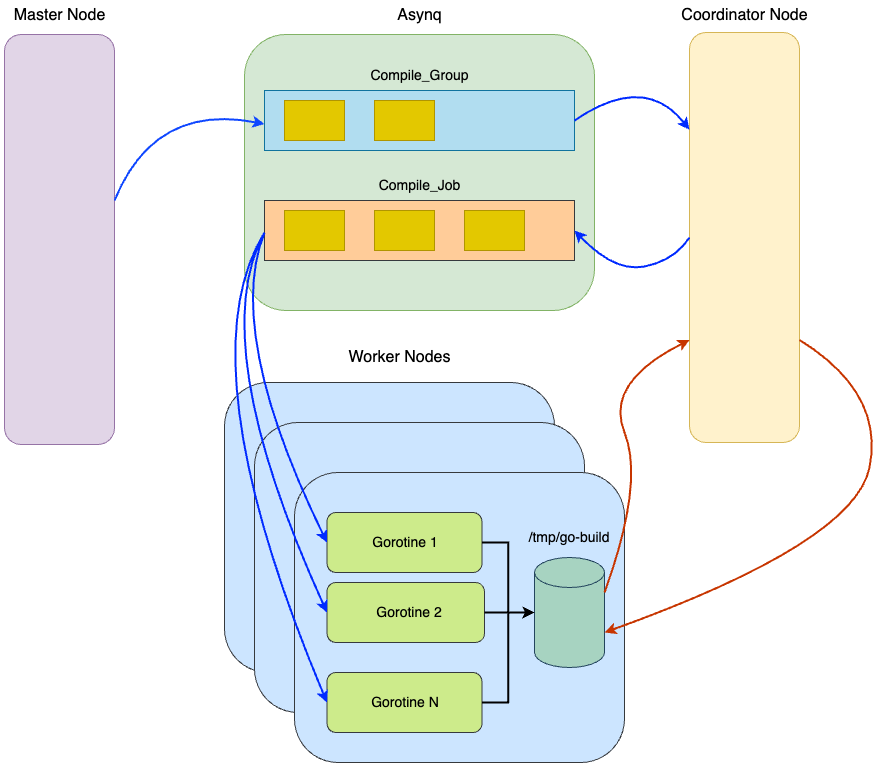
The draw.io diagram .github/ds.drawio.png in badbubble/distgo, before a commit. Source tidied: cells renumbered, new cells last; positions are measured from the earlier drawing's top-left corner, leaving out a move shared by most shapes.
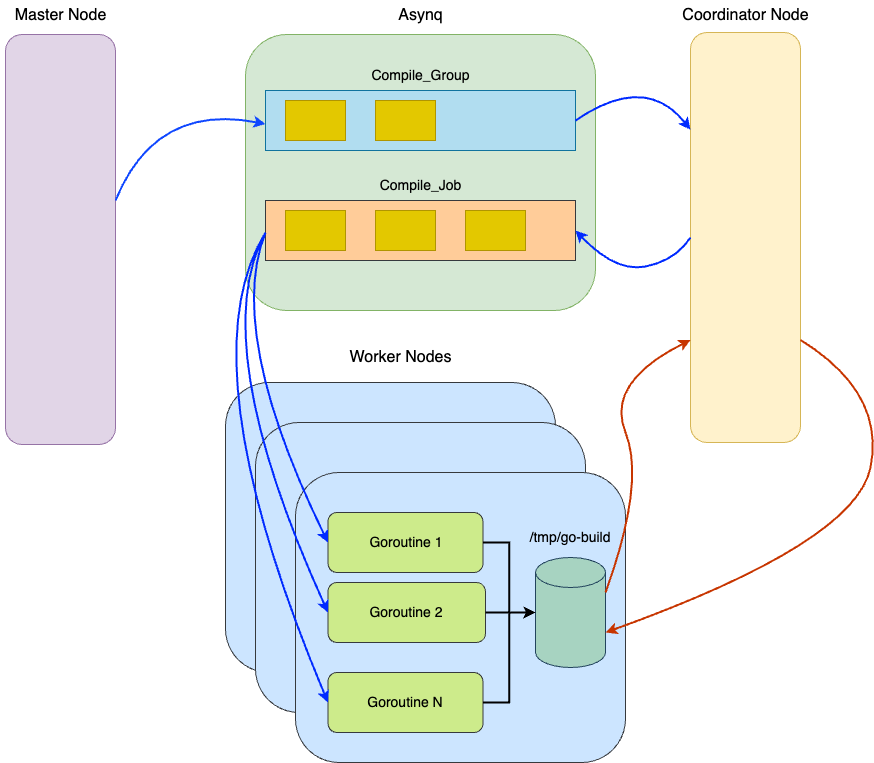
After the change.

Commit message:
fix typo goroutine

What changed in the source:
```diff
@@ -128,15 +128,9 @@
     <mxCell id="33" style="edgeStyle=orthogonalEdgeStyle;rounded=0;jettySize=auto;html=1;exitX=1;exitY=0.5;exitDx=0;exitDy=0;entryX=0;entryY=0.5;entryDx=0;entryDy=0;entryPerimeter=0;strokeWidth=2;" parent="1" edge="1" source="27" target="24">
       <mxGeometry relative="1" as="geometry" />
     </mxCell>
-    <mxCell id="34" value="&lt;font style=&quot;font-size: 14px;&quot;&gt;Gorotine 1&lt;/font&gt;" style="text;html=1;align=center;verticalAlign=middle;whiteSpace=wrap;rounded=0;" parent="1" vertex="1">
-      <mxGeometry x="371.2" y="527" width="70" height="30" as="geometry" />
+    <mxCell id="34" value="&lt;font style=&quot;font-size: 14px;&quot;&gt;Goroutine 1&lt;/font&gt;" style="text;html=1;align=center;verticalAlign=middle;whiteSpace=wrap;rounded=0;" parent="1" vertex="1">
+      <mxGeometry x="364.4" y="527" width="83.8" height="30" as="geometry" />
     </mxCell>
-    <mxCell id="35" value="&lt;font style=&quot;font-size: 14px;&quot;&gt;Gorotine 2&lt;/font&gt;" style="text;html=1;align=center;verticalAlign=middle;whiteSpace=wrap;rounded=0;" parent="1" vertex="1">
-      <mxGeometry x="375" y="597" width="70" height="30" as="geometry" />
-    </mxCell>
-    <mxCell id="36" value="&lt;font style=&quot;font-size: 14px;&quot;&gt;Gorotine N&lt;/font&gt;" style="text;html=1;align=center;verticalAlign=middle;whiteSpace=wrap;rounded=0;" parent="1" vertex="1">
-      <mxGeometry x="371.2" y="687" width="70" height="30" as="geometry" />
-    </mxCell>
     <mxCell id="37" value="&lt;font style=&quot;font-size: 14px;&quot;&gt;/tmp/go-build&lt;br&gt;&lt;/font&gt;" style="text;html=1;align=center;verticalAlign=middle;whiteSpace=wrap;rounded=0;" parent="1" vertex="1">
       <mxGeometry x="525" y="522" width="90" height="30" as="geometry" />
     </mxCell>
@@ -156,5 +150,11 @@
         </Array>
       </mxGeometry>
     </mxCell>
+    <mxCell id="40" value="&lt;font style=&quot;font-size: 14px;&quot;&gt;Goroutine 2&lt;/font&gt;" style="text;html=1;align=center;verticalAlign=middle;whiteSpace=wrap;rounded=0;" parent="1" vertex="1">
+      <mxGeometry x="364.4" y="597" width="83.8" height="30" as="geometry" />
+    </mxCell>
+    <mxCell id="41" value="&lt;font style=&quot;font-size: 14px;&quot;&gt;Goroutine N&lt;/font&gt;" style="text;html=1;align=center;verticalAlign=middle;whiteSpace=wrap;rounded=0;" parent="1" vertex="1">
+      <mxGeometry x="363.1" y="687" width="83.8" height="30" as="geometry" />
+    </mxCell>
   </root>
 </mxGraphModel>
```
